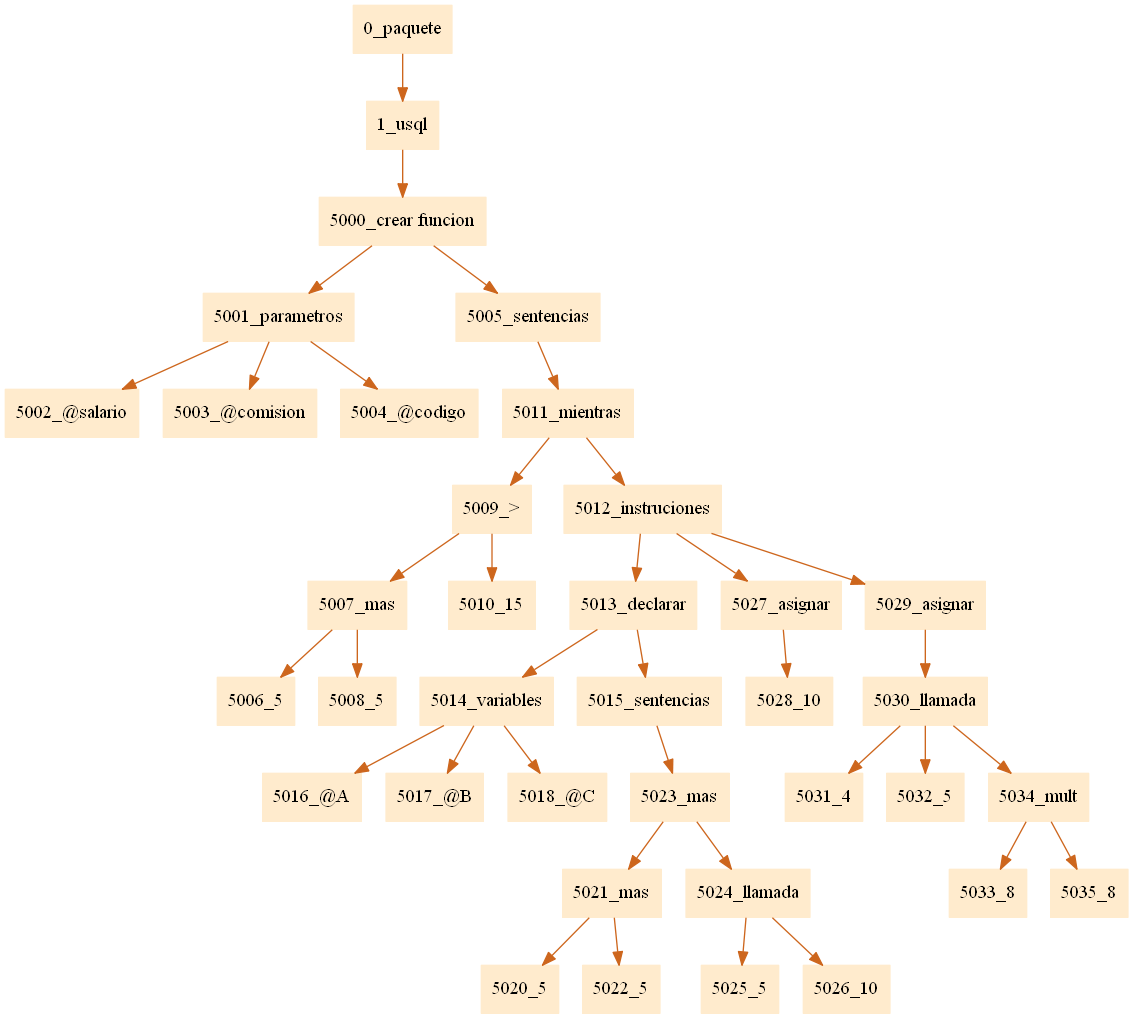
Earlier version of the Graphviz export pr1Compilarodores2/paquete.png (JamesMelgar/compi2javaccpr1). Its source is kept beside it as pr1Compilarodores2/paquete.dot.
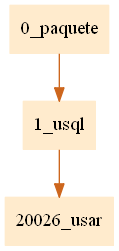
Later version of the same file.

Diff of the diagram source:
```diff
@@ -1,5 +1,5 @@
 digraph G {node[shape=box, style=filled, color=blanchedalmond]; edge[color=chocolate3];rankdir=UD
 
-"0_paquete"->"1_usql""1_usql"->"5000_crear funcion""5000_crear funcion"->"5001_parametros""5001_parametros"->"5002_@salario""5001_parametros"->"5003_@comision""5001_parametros"->"5004_@codigo""5000_crear funcion"->"5005_sentencias""5005_sentencias"->"5011_mientras""5011_mientras"->"5009_>""5009_>"->"5007_mas""5007_mas"->"5006_5""5007_mas"->"5008_5""5009_>"->"5010_15""5011_mientras"->"5012_instruciones""5012_instruciones"->"5013_declarar""5013_declarar"->"5014_variables""5014_variables"->"5016_@A""5014_variables"->"5017_@B""5014_variables"->"5018_@C""5013_declarar"->"5015_sentencias""5015_sentencias"->"5023_mas""5023_mas"->"5021_mas""5021_mas"->"5020_5""5021_mas"->"5022_5""5023_mas"->"5024_llamada""5024_llamada"->"5025_5""5024_llamada"->"5026_10""5012_instruciones"->"5027_asignar""5027_asignar"->"5028_10""5012_instruciones"->"5029_asignar""5029_asignar"->"5030_llamada""5030_llamada"->"5031_4""5030_llamada"->"5032_5""5030_llamada"->"5034_mult""5034_mult"->"5033_8""5034_mult"->"5035_8"
+"0_paquete"->"1_usql""1_usql"->"20026_usar"
 
 }
```
